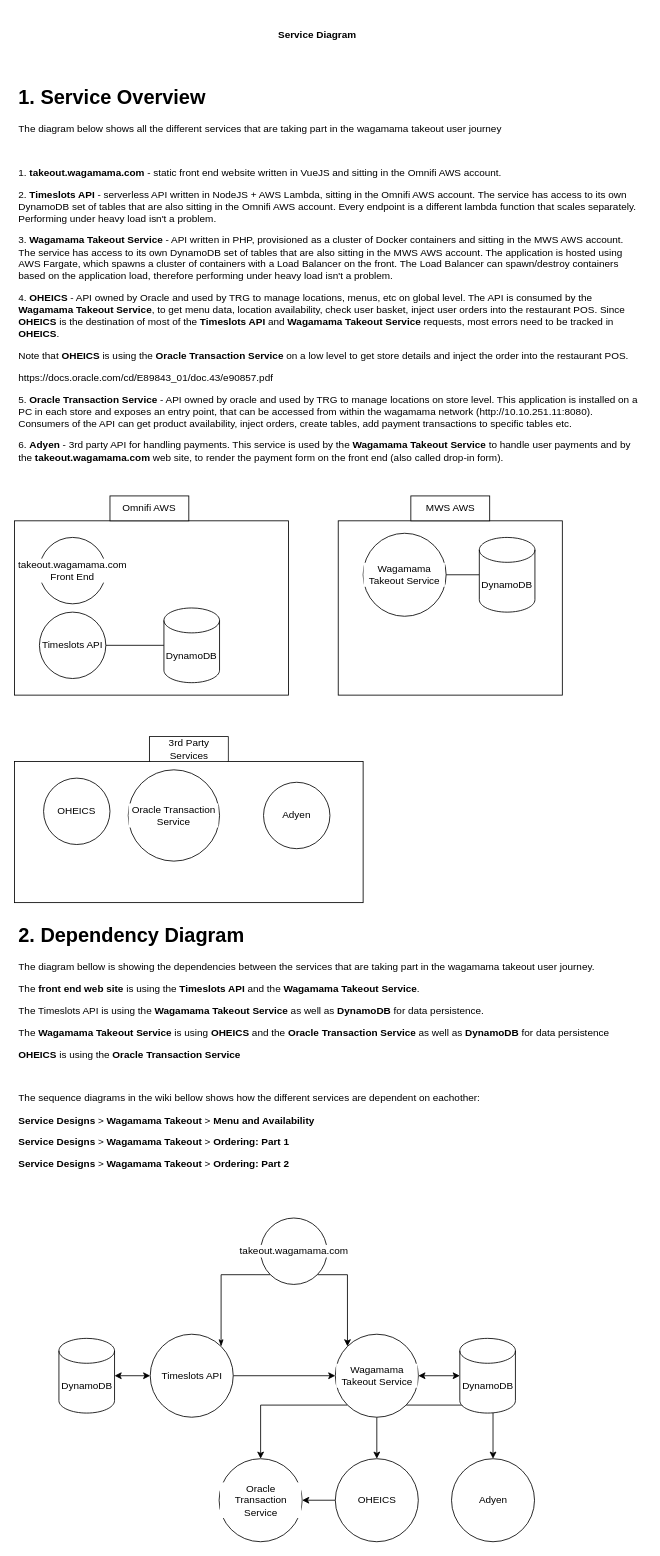
This is page "Service Diagram" (2 of 2) of Untitled Diagram.drawio from vparkov/diagrams, a draw.io file, before an edit. Source tidied: cells renumbered, new cells numbered last; positions are measured from the earlier drawing's top-left corner, leaving out a move shared by most shapes. Both pictures are drawn from the tidied source at 83%, with x=0, y=0 at pixel (14, 14).
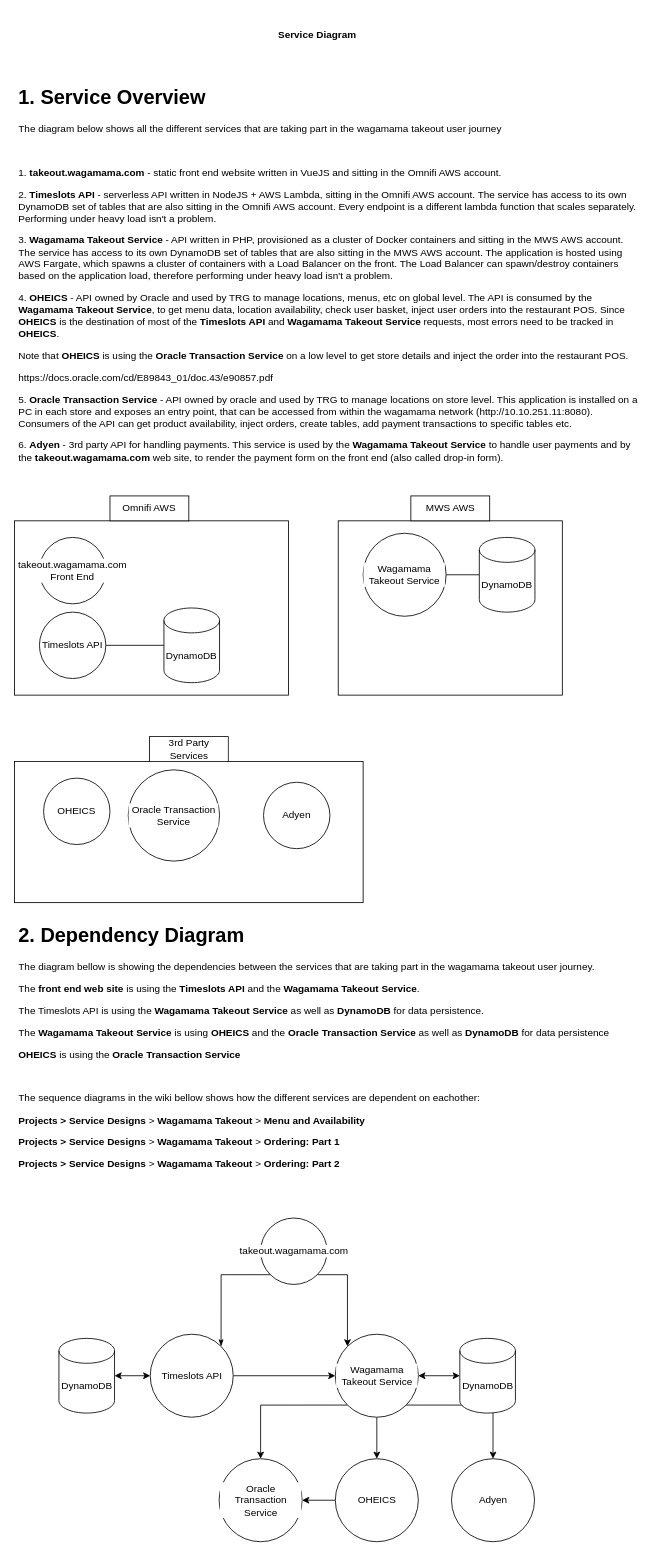
After the change.

Commit message (it also covers changes not shown here):
updating wagamama takeout diagrams

Diff of the diagram source:
```diff
@@
-    <mxCell id="37" value="&lt;h1&gt;2. Dependency Diagram&lt;/h1&gt;&lt;p&gt;The diagram bellow is showing the dependencies between the services that are taking part in the wagamama takeout user journey.&lt;/p&gt;&lt;p&gt;The &lt;b&gt;front end web site&lt;/b&gt; is using the &lt;b&gt;Timeslots API&lt;/b&gt; and the &lt;b&gt;Wagamama Takeout Service&lt;/b&gt;.&lt;/p&gt;&lt;p&gt;The Timeslots API is using the &lt;b&gt;Wagamama Takeout Service&lt;/b&gt; as well as &lt;b&gt;DynamoDB&lt;/b&gt; for data persistence.&lt;/p&gt;&lt;p&gt;The &lt;b&gt;Wagamama Takeout Service&lt;/b&gt; is using &lt;b&gt;OHEICS&lt;/b&gt; and the &lt;b&gt;Oracle Transaction Service &lt;/b&gt;as well as &lt;b&gt;DynamoDB &lt;/b&gt;for data persistence&lt;/p&gt;&lt;p&gt;&lt;b&gt;OHEICS&lt;/b&gt; is using the &lt;b&gt;Oracle Transaction Service&lt;/b&gt;&lt;/p&gt;&lt;p&gt;&lt;b&gt;&lt;br&gt;&lt;/b&gt;&lt;/p&gt;&lt;p&gt;The sequence diagrams in the wiki bellow shows how the different services are dependent on eachother:&lt;/p&gt;&lt;p&gt;&lt;b&gt;Service Designs&lt;/b&gt;&amp;nbsp;&amp;gt;&amp;nbsp;&lt;b&gt;Wagamama Takeout&lt;/b&gt;&amp;nbsp;&amp;gt;&amp;nbsp;&lt;b&gt;Menu and Availability&lt;/b&gt;&lt;br&gt;&lt;/p&gt;&lt;p&gt;&lt;b&gt;Service Designs&lt;/b&gt;&amp;nbsp;&amp;gt;&amp;nbsp;&lt;b&gt;Wagamama Takeout&lt;/b&gt;&amp;nbsp;&amp;gt;&amp;nbsp;&lt;b&gt;Ordering: Part 1&lt;/b&gt;&lt;br&gt;&lt;/p&gt;&lt;p&gt;&lt;b&gt;Service Designs&lt;/b&gt;&amp;nbsp;&amp;gt;&amp;nbsp;&lt;b&gt;Wagamama Takeout&lt;/b&gt;&amp;nbsp;&amp;gt;&amp;nbsp;&lt;b&gt;Ordering: Part 2&lt;/b&gt;&lt;b&gt;&lt;br&gt;&lt;/b&gt;&lt;/p&gt;&lt;p&gt;&lt;br&gt;&lt;/p&gt;" style="text;html=1;strokeColor=none;fillColor=none;spacing=5;spacingTop=-20;whiteSpace=wrap;overflow=hidden;rounded=0;labelBackgroundColor=default;fontSize=12;fontColor=default;" parent="1" vertex="1">
+    <mxCell id="37" value="&lt;h1&gt;2. Dependency Diagram&lt;/h1&gt;&lt;p&gt;The diagram bellow is showing the dependencies between the services that are taking part in the wagamama takeout user journey.&lt;/p&gt;&lt;p&gt;The &lt;b&gt;front end web site&lt;/b&gt; is using the &lt;b&gt;Timeslots API&lt;/b&gt; and the &lt;b&gt;Wagamama Takeout Service&lt;/b&gt;.&lt;/p&gt;&lt;p&gt;The Timeslots API is using the &lt;b&gt;Wagamama Takeout Service&lt;/b&gt; as well as &lt;b&gt;DynamoDB&lt;/b&gt; for data persistence.&lt;/p&gt;&lt;p&gt;The &lt;b&gt;Wagamama Takeout Service&lt;/b&gt; is using &lt;b&gt;OHEICS&lt;/b&gt; and the &lt;b&gt;Oracle Transaction Service &lt;/b&gt;as well as &lt;b&gt;DynamoDB &lt;/b&gt;for data persistence&lt;/p&gt;&lt;p&gt;&lt;b&gt;OHEICS&lt;/b&gt; is using the &lt;b&gt;Oracle Transaction Service&lt;/b&gt;&lt;/p&gt;&lt;p&gt;&lt;b&gt;&lt;br&gt;&lt;/b&gt;&lt;/p&gt;&lt;p&gt;The sequence diagrams in the wiki bellow shows how the different services are dependent on eachother:&lt;/p&gt;&lt;p&gt;&lt;b&gt;Projects &amp;gt; Service Designs&lt;/b&gt;&amp;nbsp;&amp;gt;&amp;nbsp;&lt;b&gt;Wagamama Takeout&lt;/b&gt;&amp;nbsp;&amp;gt;&amp;nbsp;&lt;b&gt;Menu and Availability&lt;/b&gt;&lt;br&gt;&lt;/p&gt;&lt;p&gt;&lt;b&gt;Projects &amp;gt; Service Designs&lt;/b&gt;&amp;nbsp;&amp;gt;&amp;nbsp;&lt;b&gt;Wagamama Takeout&lt;/b&gt;&amp;nbsp;&amp;gt;&amp;nbsp;&lt;b&gt;Ordering: Part 1&lt;/b&gt;&lt;br&gt;&lt;/p&gt;&lt;p&gt;&lt;b&gt;Projects &amp;gt; Service Designs&lt;/b&gt;&amp;nbsp;&amp;gt;&amp;nbsp;&lt;b&gt;Wagamama Takeout&lt;/b&gt;&amp;nbsp;&amp;gt;&amp;nbsp;&lt;b&gt;Ordering: Part 2&lt;/b&gt;&lt;b&gt;&lt;br&gt;&lt;/b&gt;&lt;/p&gt;&lt;p&gt;&lt;br&gt;&lt;/p&gt;" style="text;html=1;strokeColor=none;fillColor=none;spacing=5;spacingTop=-20;whiteSpace=wrap;overflow=hidden;rounded=0;labelBackgroundColor=default;fontSize=12;fontColor=default;" parent="1" vertex="1">
       <mxGeometry y="1090" width="730" height="320" as="geometry" />
     </mxCell>
```
